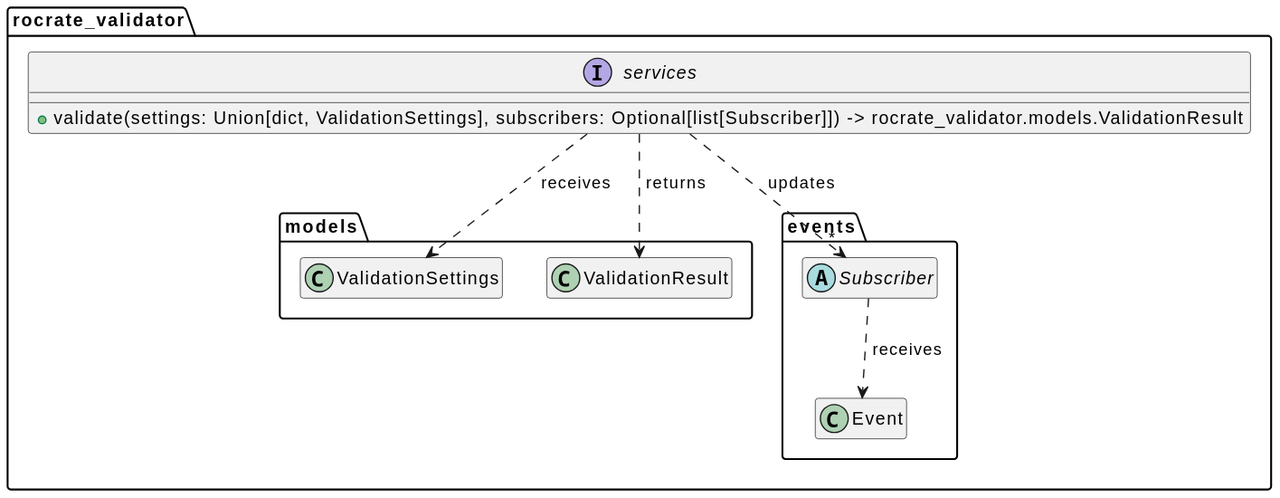
Above: docs/diagrams/core-services.validate.svg in kikkomep/rocrate-validator (PlantUML), before the change.
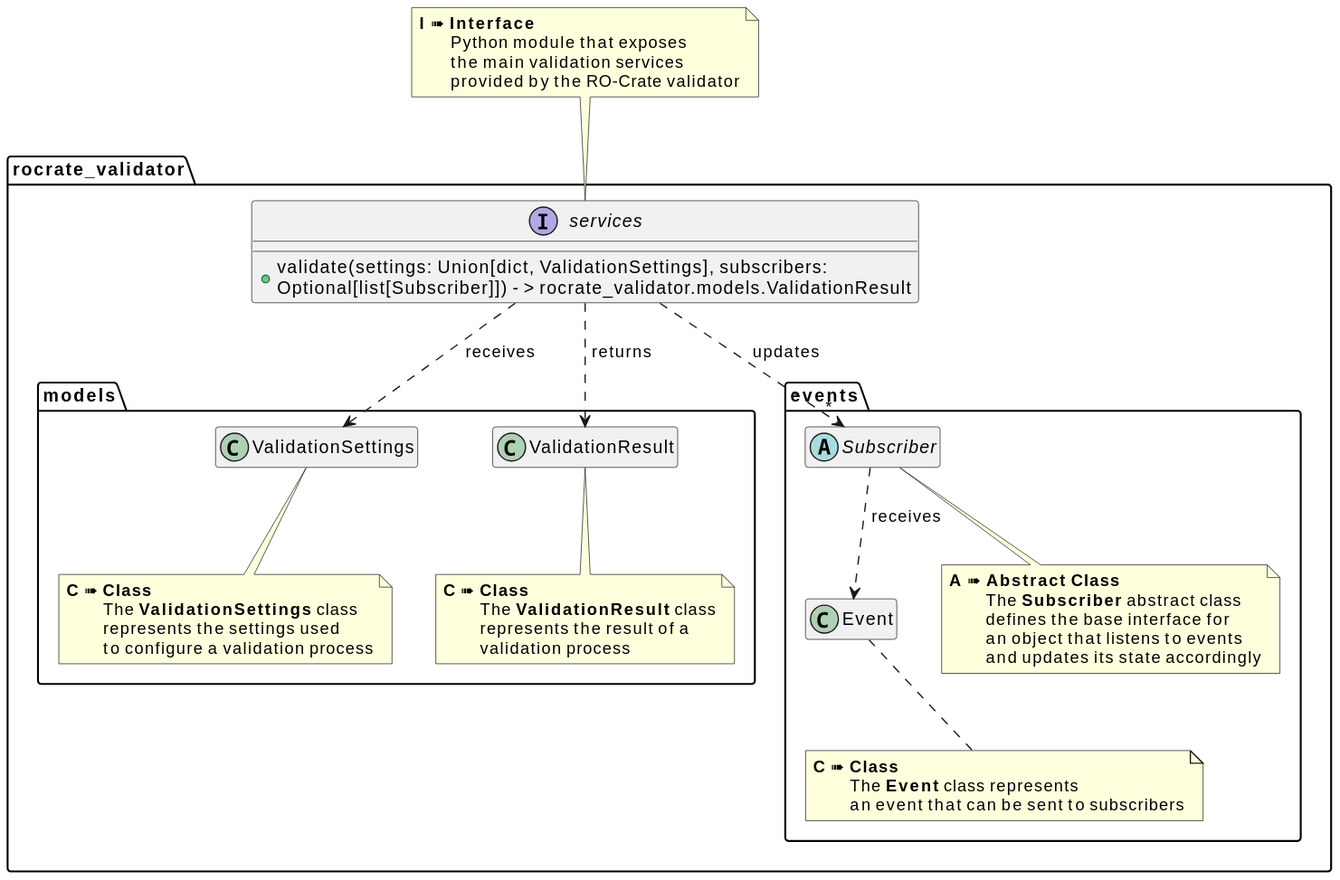
Above is the later version.

The edit, as a diff of the source:
```diff
@@ -1,4 +1,6 @@
 @startuml
+skinparam wrapWidth 600
+
 hide members
 hide fields
 
@@ -15,10 +17,32 @@
     services ..> rocrate_validator.models.ValidationResult: " returns"
 }
 
+note top of services
+    **I** ➠ **Interface**
+          Python module that exposes
+          the main validation services
+          provided by the RO-Crate validator
+end note
+
+
 package "rocrate_validator.models" {
 
     class ValidationResult [[#rocrate_validator.models.ValidationResult]] {
     }
+
+    note bottom of ValidationResult
+        **C** ➠ **Class**
+               The **ValidationResult** class
+               represents the result of a
+               validation process
+    end note
+
+    note bottom of ValidationSettings
+        **C** ➠ **Class**
+               The **ValidationSettings** class
+               represents the settings used
+               to configure a validation process
+    end note
 }
 
 package "rocrate_validator.events" {
@@ -33,5 +57,20 @@
     }
 
     Subscriber ..> Event : " receives"
+
+    note bottom of Subscriber
+        **A** ➠ **Abstract Class**
+               The **Subscriber** abstract class
+               defines the base interface for
+               an object that listens to events
+               and updates its state accordingly
+    end note
+
+
+    note bottom of Event
+        **C** ➠ **Class**
+               The **Event** class represents
+               an event that can be sent to subscribers
+    end note
 }
 @enduml
```
